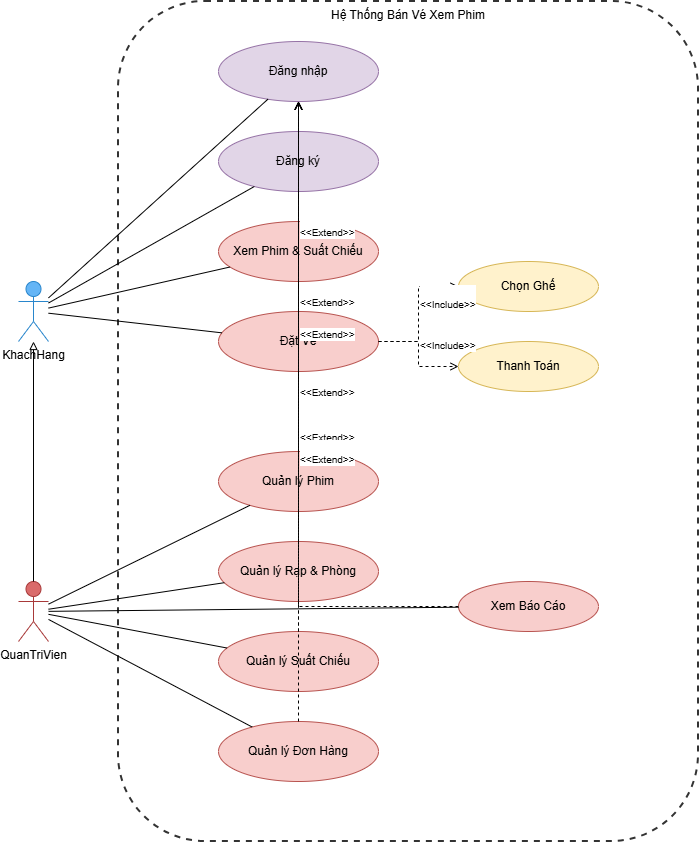
MinhVy1324/Booking_Film keeps this draw.io diagram as DIAGRAM/usercase.png. Above is the earlier version. Source tidied: cells renumbered, new cells last; positions are measured from the earlier drawing's top-left corner, leaving out a move shared by most shapes. The source it was exported from:
```xml
<mxGraphModel>
  <root>
    <mxCell id="0" />
    <mxCell id="1" parent="0" />
    <mxCell id="2" value="KhachHang" style="shape=umlActor;verticalLabelPosition=bottom;verticalAlign=top;html=1;outlineConnect=0;fillColor=#64b5f6;strokeColor=#2986cc;" parent="1" vertex="1">
      <mxGeometry y="280" width="30" height="60" as="geometry" />
    </mxCell>
    <mxCell id="3" value="QuanTriVien" style="shape=umlActor;verticalLabelPosition=bottom;verticalAlign=top;html=1;outlineConnect=0;fillColor=#da6b6b;strokeColor=#a83939;" parent="1" vertex="1">
      <mxGeometry y="580" width="30" height="60" as="geometry" />
    </mxCell>
    <mxCell id="4" value="Hệ Thống Bán Vé Xem Phim" style="rounded=1;whiteSpace=wrap;html=1;dashed=1;strokeWidth=2;verticalAlign=top;fillColor=none;strokeColor=#333333;" parent="1" vertex="1">
      <mxGeometry x="100" width="580" height="840" as="geometry" />
    </mxCell>
    <mxCell id="5" value="Đăng nhập" style="ellipse;whiteSpace=wrap;html=1;fillColor=#e1d5e7;strokeColor=#9673a6;" parent="1" vertex="1">
      <mxGeometry x="200" y="40" width="160" height="60" as="geometry" />
    </mxCell>
    <mxCell id="6" value="Đăng ký" style="ellipse;whiteSpace=wrap;html=1;fillColor=#e1d5e7;strokeColor=#9673a6;" parent="1" vertex="1">
      <mxGeometry x="200" y="130" width="160" height="60" as="geometry" />
    </mxCell>
    <mxCell id="7" value="Xem Phim &amp; Suất Chiếu" style="ellipse;whiteSpace=wrap;html=1;fillColor=#f8cecc;strokeColor=#b85450;" parent="1" vertex="1">
      <mxGeometry x="200" y="220" width="160" height="60" as="geometry" />
    </mxCell>
    <mxCell id="8" value="Đặt Vé" style="ellipse;whiteSpace=wrap;html=1;fillColor=#f8cecc;strokeColor=#b85450;" parent="1" vertex="1">
      <mxGeometry x="200" y="310" width="160" height="60" as="geometry" />
    </mxCell>
    <mxCell id="9" value="Chọn Ghế" style="ellipse;whiteSpace=wrap;html=1;fillColor=#fff2cc;strokeColor=#d6b656;" parent="1" vertex="1">
      <mxGeometry x="440" y="260" width="140" height="50" as="geometry" />
    </mxCell>
    <mxCell id="10" value="Thanh Toán" style="ellipse;whiteSpace=wrap;html=1;fillColor=#fff2cc;strokeColor=#d6b656;" parent="1" vertex="1">
      <mxGeometry x="440" y="340" width="140" height="50" as="geometry" />
    </mxCell>
    <mxCell id="11" value="Quản lý Phim" style="ellipse;whiteSpace=wrap;html=1;fillColor=#f8cecc;strokeColor=#b85450;" parent="1" vertex="1">
      <mxGeometry x="200" y="450" width="160" height="60" as="geometry" />
    </mxCell>
    <mxCell id="12" value="Quản lý Rạp &amp; Phòng" style="ellipse;whiteSpace=wrap;html=1;fillColor=#f8cecc;strokeColor=#b85450;" parent="1" vertex="1">
      <mxGeometry x="200" y="540" width="160" height="60" as="geometry" />
    </mxCell>
    <mxCell id="13" value="Quản lý Suất Chiếu" style="ellipse;whiteSpace=wrap;html=1;fillColor=#f8cecc;strokeColor=#b85450;" parent="1" vertex="1">
      <mxGeometry x="200" y="630" width="160" height="60" as="geometry" />
    </mxCell>
    <mxCell id="14" value="Quản lý Đơn Hàng" style="ellipse;whiteSpace=wrap;html=1;fillColor=#f8cecc;strokeColor=#b85450;" parent="1" vertex="1">
      <mxGeometry x="200" y="720" width="160" height="60" as="geometry" />
    </mxCell>
    <mxCell id="15" value="Xem Báo Cáo" style="ellipse;whiteSpace=wrap;html=1;fillColor=#f8cecc;strokeColor=#b85450;" parent="1" vertex="1">
      <mxGeometry x="440" y="580" width="140" height="50" as="geometry" />
    </mxCell>
    <mxCell id="16" style="endArrow=none;html=1;rounded=0;" parent="1" edge="1" source="2" target="5">
      <mxGeometry relative="1" as="geometry" />
    </mxCell>
    <mxCell id="17" style="endArrow=none;html=1;rounded=0;" parent="1" edge="1" source="2" target="6">
      <mxGeometry relative="1" as="geometry" />
    </mxCell>
    <mxCell id="18" style="endArrow=none;html=1;rounded=0;" parent="1" edge="1" source="2" target="7">
      <mxGeometry relative="1" as="geometry" />
    </mxCell>
    <mxCell id="19" style="endArrow=none;html=1;rounded=0;" parent="1" edge="1" source="2" target="8">
      <mxGeometry relative="1" as="geometry" />
    </mxCell>
    <mxCell id="20" style="endArrow=none;html=1;rounded=0;" parent="1" edge="1" source="3" target="11">
      <mxGeometry relative="1" as="geometry" />
    </mxCell>
    <mxCell id="21" style="endArrow=none;html=1;rounded=0;" parent="1" edge="1" source="3" target="12">
      <mxGeometry relative="1" as="geometry" />
    </mxCell>
    <mxCell id="22" style="endArrow=none;html=1;rounded=0;" parent="1" edge="1" source="3" target="13">
      <mxGeometry relative="1" as="geometry" />
    </mxCell>
    <mxCell id="23" style="endArrow=none;html=1;rounded=0;" parent="1" edge="1" source="3" target="14">
      <mxGeometry relative="1" as="geometry" />
    </mxCell>
    <mxCell id="24" style="endArrow=none;html=1;rounded=0;" parent="1" edge="1" source="3" target="15">
      <mxGeometry relative="1" as="geometry" />
    </mxCell>
    <mxCell id="25" value="&lt;br&gt;&lt;font style=&quot;font-size: 10px;&quot;&gt;&amp;lt;&amp;lt;Include&amp;gt;&amp;gt;&lt;/font&gt;" style="endArrow=open;endFill=0;dashed=1;html=1;rounded=0;edgeStyle=orthogonalEdgeStyle;align=left;verticalAlign=bottom;" parent="1" edge="1" source="8" target="9">
      <mxGeometry relative="1" as="geometry" />
    </mxCell>
    <mxCell id="26" value="&lt;br&gt;&lt;font style=&quot;font-size: 10px;&quot;&gt;&amp;lt;&amp;lt;Include&amp;gt;&amp;gt;&lt;/font&gt;" style="endArrow=open;endFill=0;dashed=1;html=1;rounded=0;edgeStyle=orthogonalEdgeStyle;align=left;verticalAlign=bottom;" parent="1" edge="1" source="8" target="10">
      <mxGeometry relative="1" as="geometry" />
    </mxCell>
    <mxCell id="27" value="&lt;br&gt;&lt;font style=&quot;font-size: 10px;&quot;&gt;&amp;lt;&amp;lt;Extend&amp;gt;&amp;gt;&lt;/font&gt;" style="endArrow=open;endFill=0;dashed=1;html=1;rounded=0;edgeStyle=orthogonalEdgeStyle;align=left;verticalAlign=top;" parent="1" edge="1" source="8" target="5">
      <mxGeometry relative="1" as="geometry" />
    </mxCell>
    <mxCell id="28" value="&lt;br&gt;&lt;font style=&quot;font-size: 10px;&quot;&gt;&amp;lt;&amp;lt;Extend&amp;gt;&amp;gt;&lt;/font&gt;" style="endArrow=open;endFill=0;dashed=1;html=1;rounded=0;edgeStyle=orthogonalEdgeStyle;align=left;verticalAlign=top;" parent="1" edge="1" source="11" target="5">
      <mxGeometry relative="1" as="geometry" />
    </mxCell>
    <mxCell id="29" value="&lt;font style=&quot;font-size: 10px;&quot;&gt;&amp;lt;&amp;lt;Extend&amp;gt;&amp;gt;&lt;/font&gt;" style="endArrow=open;endFill=0;dashed=1;html=1;rounded=0;edgeStyle=orthogonalEdgeStyle;align=left;verticalAlign=top;" parent="1" edge="1" source="12" target="5">
      <mxGeometry relative="1" as="geometry" />
    </mxCell>
    <mxCell id="30" value="&lt;br&gt;&lt;font style=&quot;font-size: 10px;&quot;&gt;&amp;lt;&amp;lt;Extend&amp;gt;&amp;gt;&lt;/font&gt;" style="endArrow=open;endFill=0;dashed=1;html=1;rounded=0;edgeStyle=orthogonalEdgeStyle;align=left;verticalAlign=top;" parent="1" edge="1" source="13" target="5">
      <mxGeometry relative="1" as="geometry" />
    </mxCell>
    <mxCell id="31" value="&lt;br&gt;&lt;font style=&quot;font-size: 10px;&quot;&gt;&amp;lt;&amp;lt;Extend&amp;gt;&amp;gt;&lt;/font&gt;" style="endArrow=open;endFill=0;dashed=1;html=1;rounded=0;edgeStyle=orthogonalEdgeStyle;align=left;verticalAlign=top;" parent="1" edge="1" source="14" target="5">
      <mxGeometry relative="1" as="geometry" />
    </mxCell>
    <mxCell id="32" value="&lt;br&gt;&lt;font style=&quot;font-size: 10px;&quot;&gt;&amp;lt;&amp;lt;Extend&amp;gt;&amp;gt;&lt;/font&gt;" style="endArrow=open;endFill=0;dashed=1;html=1;rounded=0;edgeStyle=orthogonalEdgeStyle;align=left;verticalAlign=top;" parent="1" edge="1" source="15" target="5">
      <mxGeometry relative="1" as="geometry" />
    </mxCell>
    <mxCell id="33" style="endArrow=block;endFill=0;html=1;rounded=0;entryX=0.5;entryY=1;entryDx=0;entryDy=0;" parent="1" edge="1" source="3" target="2">
      <mxGeometry relative="1" as="geometry" />
    </mxCell>
  </root>
</mxGraphModel>
```
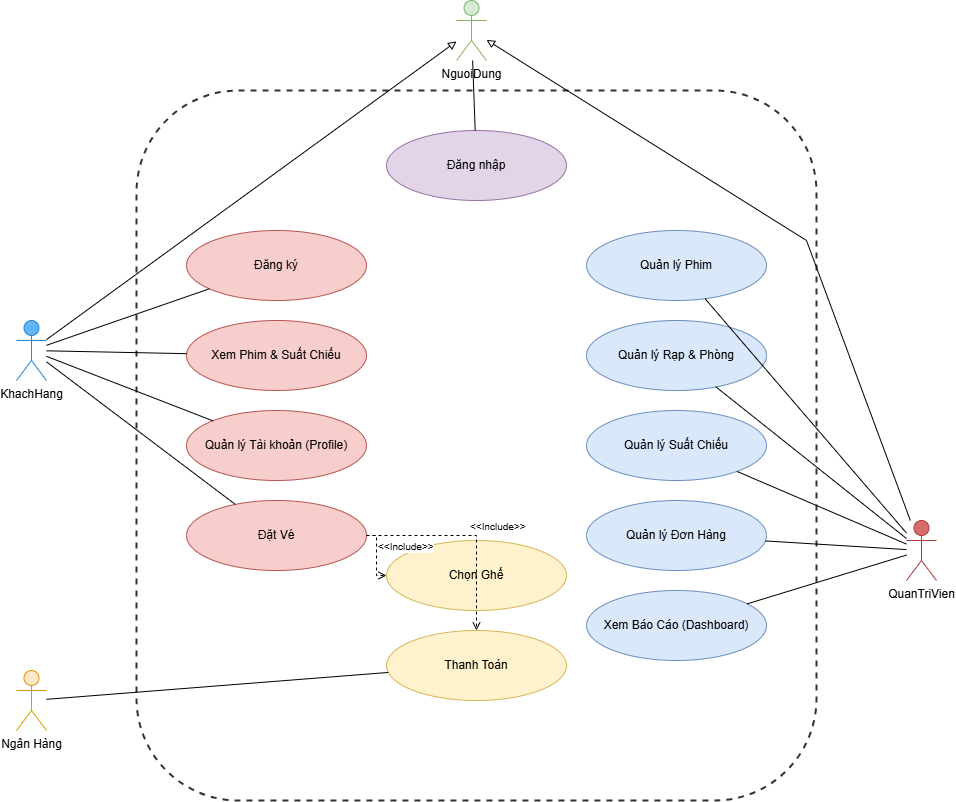
The same diagram one commit later.

The edit, as a diff of the source:
```diff
@@ -2,57 +2,79 @@
   <root>
     <mxCell id="0" />
     <mxCell id="1" parent="0" />
+    <mxCell id="34" value="NguoiDung" style="shape=umlActor;verticalLabelPosition=bottom;verticalAlign=top;html=1;outlineConnect=0;fillColor=#d5e8d4;strokeColor=#82b366;" parent="1" vertex="1">
+      <mxGeometry x="440" y="-10" width="30" height="60" as="geometry" />
+    </mxCell>
     <mxCell id="2" value="KhachHang" style="shape=umlActor;verticalLabelPosition=bottom;verticalAlign=top;html=1;outlineConnect=0;fillColor=#64b5f6;strokeColor=#2986cc;" parent="1" vertex="1">
-      <mxGeometry y="280" width="30" height="60" as="geometry" />
+      <mxGeometry y="310" width="30" height="60" as="geometry" />
     </mxCell>
     <mxCell id="3" value="QuanTriVien" style="shape=umlActor;verticalLabelPosition=bottom;verticalAlign=top;html=1;outlineConnect=0;fillColor=#da6b6b;strokeColor=#a83939;" parent="1" vertex="1">
-      <mxGeometry y="580" width="30" height="60" as="geometry" />
+      <mxGeometry x="890" y="510" width="30" height="60" as="geometry" />
     </mxCell>
+    <mxCell id="35" value="Ngân Hàng" style="shape=umlActor;verticalLabelPosition=bottom;verticalAlign=top;html=1;outlineConnect=0;fillColor=#ffe6cc;strokeColor=#d79b00;" parent="1" vertex="1">
+      <mxGeometry y="660" width="30" height="60" as="geometry" />
+    </mxCell>
-    <mxCell id="4" value="Hệ Thống Bán Vé Xem Phim" style="rounded=1;whiteSpace=wrap;html=1;dashed=1;strokeWidth=2;verticalAlign=top;fillColor=none;strokeColor=#333333;" parent="1" vertex="1">
-      <mxGeometry x="100" width="580" height="840" as="geometry" />
+    <mxCell id="4" style="rounded=1;whiteSpace=wrap;html=1;dashed=1;strokeWidth=2;verticalAlign=top;fillColor=none;strokeColor=#333333;" parent="1" vertex="1">
+      <mxGeometry x="120" y="80" width="680" height="710" as="geometry" />
     </mxCell>
     <mxCell id="5" value="Đăng nhập" style="ellipse;whiteSpace=wrap;html=1;fillColor=#e1d5e7;strokeColor=#9673a6;" parent="1" vertex="1">
-      <mxGeometry x="200" y="40" width="160" height="60" as="geometry" />
+      <mxGeometry x="370" y="120" width="180" height="70" as="geometry" />
     </mxCell>
-    <mxCell id="6" value="Đăng ký" style="ellipse;whiteSpace=wrap;html=1;fillColor=#e1d5e7;strokeColor=#9673a6;" parent="1" vertex="1">
-      <mxGeometry x="200" y="130" width="160" height="60" as="geometry" />
+    <mxCell id="6" value="Đăng ký" style="ellipse;whiteSpace=wrap;html=1;fillColor=#f8cecc;strokeColor=#b85450;" parent="1" vertex="1">
+      <mxGeometry x="170" y="220" width="180" height="70" as="geometry" />
     </mxCell>
     <mxCell id="7" value="Xem Phim &amp; Suất Chiếu" style="ellipse;whiteSpace=wrap;html=1;fillColor=#f8cecc;strokeColor=#b85450;" parent="1" vertex="1">
-      <mxGeometry x="200" y="220" width="160" height="60" as="geometry" />
+      <mxGeometry x="170" y="310" width="180" height="70" as="geometry" />
     </mxCell>
+    <mxCell id="36" value="Quản lý Tài khoản (Profile)" style="ellipse;whiteSpace=wrap;html=1;fillColor=#f8cecc;strokeColor=#b85450;" parent="1" vertex="1">
+      <mxGeometry x="170" y="400" width="180" height="70" as="geometry" />
+    </mxCell>
     <mxCell id="8" value="Đặt Vé" style="ellipse;whiteSpace=wrap;html=1;fillColor=#f8cecc;strokeColor=#b85450;" parent="1" vertex="1">
-      <mxGeometry x="200" y="310" width="160" height="60" as="geometry" />
+      <mxGeometry x="170" y="490" width="180" height="70" as="geometry" />
     </mxCell>
     <mxCell id="9" value="Chọn Ghế" style="ellipse;whiteSpace=wrap;html=1;fillColor=#fff2cc;strokeColor=#d6b656;" parent="1" vertex="1">
-      <mxGeometry x="440" y="260" width="140" height="50" as="geometry" />
+      <mxGeometry x="370" y="530" width="180" height="70" as="geometry" />
     </mxCell>
     <mxCell id="10" value="Thanh Toán" style="ellipse;whiteSpace=wrap;html=1;fillColor=#fff2cc;strokeColor=#d6b656;" parent="1" vertex="1">
-      <mxGeometry x="440" y="340" width="140" height="50" as="geometry" />
+      <mxGeometry x="370" y="620" width="180" height="70" as="geometry" />
     </mxCell>
-    <mxCell id="11" value="Quản lý Phim" style="ellipse;whiteSpace=wrap;html=1;fillColor=#f8cecc;strokeColor=#b85450;" parent="1" vertex="1">
-      <mxGeometry x="200" y="450" width="160" height="60" as="geometry" />
+    <mxCell id="11" value="Quản lý Phim" style="ellipse;whiteSpace=wrap;html=1;fillColor=#dae8fc;strokeColor=#6c8ebf;" parent="1" vertex="1">
+      <mxGeometry x="570" y="220" width="180" height="70" as="geometry" />
     </mxCell>
-    <mxCell id="12" value="Quản lý Rạp &amp; Phòng" style="ellipse;whiteSpace=wrap;html=1;fillColor=#f8cecc;strokeColor=#b85450;" parent="1" vertex="1">
-      <mxGeometry x="200" y="540" width="160" height="60" as="geometry" />
+    <mxCell id="12" value="Quản lý Rạp &amp; Phòng" style="ellipse;whiteSpace=wrap;html=1;fillColor=#dae8fc;strokeColor=#6c8ebf;" parent="1" vertex="1">
+      <mxGeometry x="570" y="310" width="180" height="70" as="geometry" />
     </mxCell>
-    <mxCell id="13" value="Quản lý Suất Chiếu" style="ellipse;whiteSpace=wrap;html=1;fillColor=#f8cecc;strokeColor=#b85450;" parent="1" vertex="1">
-      <mxGeometry x="200" y="630" width="160" height="60" as="geometry" />
+    <mxCell id="13" value="Quản lý Suất Chiếu" style="ellipse;whiteSpace=wrap;html=1;fillColor=#dae8fc;strokeColor=#6c8ebf;" parent="1" vertex="1">
+      <mxGeometry x="570" y="400" width="180" height="70" as="geometry" />
     </mxCell>
-    <mxCell id="14" value="Quản lý Đơn Hàng" style="ellipse;whiteSpace=wrap;html=1;fillColor=#f8cecc;strokeColor=#b85450;" parent="1" vertex="1">
-      <mxGeometry x="200" y="720" width="160" height="60" as="geometry" />
+    <mxCell id="14" value="Quản lý Đơn Hàng" style="ellipse;whiteSpace=wrap;html=1;fillColor=#dae8fc;strokeColor=#6c8ebf;" parent="1" vertex="1">
+      <mxGeometry x="570" y="490" width="180" height="70" as="geometry" />
     </mxCell>
-    <mxCell id="15" value="Xem Báo Cáo" style="ellipse;whiteSpace=wrap;html=1;fillColor=#f8cecc;strokeColor=#b85450;" parent="1" vertex="1">
-      <mxGeometry x="440" y="580" width="140" height="50" as="geometry" />
+    <mxCell id="15" value="Xem Báo Cáo (Dashboard)" style="ellipse;whiteSpace=wrap;html=1;fillColor=#dae8fc;strokeColor=#6c8ebf;" parent="1" vertex="1">
+      <mxGeometry x="570" y="580" width="180" height="70" as="geometry" />
     </mxCell>
-    <mxCell id="16" style="endArrow=none;html=1;rounded=0;" parent="1" edge="1" source="2" target="5">
-      <mxGeometry relative="1" as="geometry" />
-    </mxCell>
+    <mxCell id="37" style="endArrow=none;html=1;rounded=0;" parent="1" edge="1" source="34" target="5">
+      <mxGeometry relative="1" as="geometry" />
+    </mxCell>
+    <mxCell id="38" style="endArrow=block;endFill=0;html=1;rounded=0;" parent="1" edge="1" source="2" target="34">
+      <mxGeometry relative="1" as="geometry" />
+    </mxCell>
+    <mxCell id="39" style="endArrow=block;endFill=0;html=1;rounded=0;" parent="1" edge="1" source="3" target="34">
+      <mxGeometry relative="1" as="geometry">
+        <Array as="points">
+          <mxPoint x="790" y="230" />
+        </Array>
+      </mxGeometry>
+    </mxCell>
     <mxCell id="17" style="endArrow=none;html=1;rounded=0;" parent="1" edge="1" source="2" target="6">
       <mxGeometry relative="1" as="geometry" />
     </mxCell>
     <mxCell id="18" style="endArrow=none;html=1;rounded=0;" parent="1" edge="1" source="2" target="7">
       <mxGeometry relative="1" as="geometry" />
     </mxCell>
+    <mxCell id="40" style="endArrow=none;html=1;rounded=0;" parent="1" edge="1" source="2" target="36">
+      <mxGeometry relative="1" as="geometry" />
+    </mxCell>
     <mxCell id="19" style="endArrow=none;html=1;rounded=0;" parent="1" edge="1" source="2" target="8">
       <mxGeometry relative="1" as="geometry" />
     </mxCell>
@@ -71,32 +93,14 @@
     <mxCell id="24" style="endArrow=none;html=1;rounded=0;" parent="1" edge="1" source="3" target="15">
       <mxGeometry relative="1" as="geometry" />
     </mxCell>
+    <mxCell id="41" style="endArrow=none;html=1;rounded=0;" parent="1" edge="1" source="35" target="10">
+      <mxGeometry relative="1" as="geometry" />
+    </mxCell>
     <mxCell id="25" value="&lt;br&gt;&lt;font style=&quot;font-size: 10px;&quot;&gt;&amp;lt;&amp;lt;Include&amp;gt;&amp;gt;&lt;/font&gt;" style="endArrow=open;endFill=0;dashed=1;html=1;rounded=0;edgeStyle=orthogonalEdgeStyle;align=left;verticalAlign=bottom;" parent="1" edge="1" source="8" target="9">
       <mxGeometry relative="1" as="geometry" />
     </mxCell>
     <mxCell id="26" value="&lt;br&gt;&lt;font style=&quot;font-size: 10px;&quot;&gt;&amp;lt;&amp;lt;Include&amp;gt;&amp;gt;&lt;/font&gt;" style="endArrow=open;endFill=0;dashed=1;html=1;rounded=0;edgeStyle=orthogonalEdgeStyle;align=left;verticalAlign=bottom;" parent="1" edge="1" source="8" target="10">
       <mxGeometry relative="1" as="geometry" />
     </mxCell>
-    <mxCell id="27" value="&lt;br&gt;&lt;font style=&quot;font-size: 10px;&quot;&gt;&amp;lt;&amp;lt;Extend&amp;gt;&amp;gt;&lt;/font&gt;" style="endArrow=open;endFill=0;dashed=1;html=1;rounded=0;edgeStyle=orthogonalEdgeStyle;align=left;verticalAlign=top;" parent="1" edge="1" source="8" target="5">
-      <mxGeometry relative="1" as="geometry" />
-    </mxCell>
-    <mxCell id="28" value="&lt;br&gt;&lt;font style=&quot;font-size: 10px;&quot;&gt;&amp;lt;&amp;lt;Extend&amp;gt;&amp;gt;&lt;/font&gt;" style="endArrow=open;endFill=0;dashed=1;html=1;rounded=0;edgeStyle=orthogonalEdgeStyle;align=left;verticalAlign=top;" parent="1" edge="1" source="11" target="5">
-      <mxGeometry relative="1" as="geometry" />
-    </mxCell>
-    <mxCell id="29" value="&lt;font style=&quot;font-size: 10px;&quot;&gt;&amp;lt;&amp;lt;Extend&amp;gt;&amp;gt;&lt;/font&gt;" style="endArrow=open;endFill=0;dashed=1;html=1;rounded=0;edgeStyle=orthogonalEdgeStyle;align=left;verticalAlign=top;" parent="1" edge="1" source="12" target="5">
-      <mxGeometry relative="1" as="geometry" />
-    </mxCell>
-    <mxCell id="30" value="&lt;br&gt;&lt;font style=&quot;font-size: 10px;&quot;&gt;&amp;lt;&amp;lt;Extend&amp;gt;&amp;gt;&lt;/font&gt;" style="endArrow=open;endFill=0;dashed=1;html=1;rounded=0;edgeStyle=orthogonalEdgeStyle;align=left;verticalAlign=top;" parent="1" edge="1" source="13" target="5">
-      <mxGeometry relative="1" as="geometry" />
-    </mxCell>
-    <mxCell id="31" value="&lt;br&gt;&lt;font style=&quot;font-size: 10px;&quot;&gt;&amp;lt;&amp;lt;Extend&amp;gt;&amp;gt;&lt;/font&gt;" style="endArrow=open;endFill=0;dashed=1;html=1;rounded=0;edgeStyle=orthogonalEdgeStyle;align=left;verticalAlign=top;" parent="1" edge="1" source="14" target="5">
-      <mxGeometry relative="1" as="geometry" />
-    </mxCell>
-    <mxCell id="32" value="&lt;br&gt;&lt;font style=&quot;font-size: 10px;&quot;&gt;&amp;lt;&amp;lt;Extend&amp;gt;&amp;gt;&lt;/font&gt;" style="endArrow=open;endFill=0;dashed=1;html=1;rounded=0;edgeStyle=orthogonalEdgeStyle;align=left;verticalAlign=top;" parent="1" edge="1" source="15" target="5">
-      <mxGeometry relative="1" as="geometry" />
-    </mxCell>
-    <mxCell id="33" style="endArrow=block;endFill=0;html=1;rounded=0;entryX=0.5;entryY=1;entryDx=0;entryDy=0;" parent="1" edge="1" source="3" target="2">
-      <mxGeometry relative="1" as="geometry" />
-    </mxCell>
   </root>
 </mxGraphModel>
```
